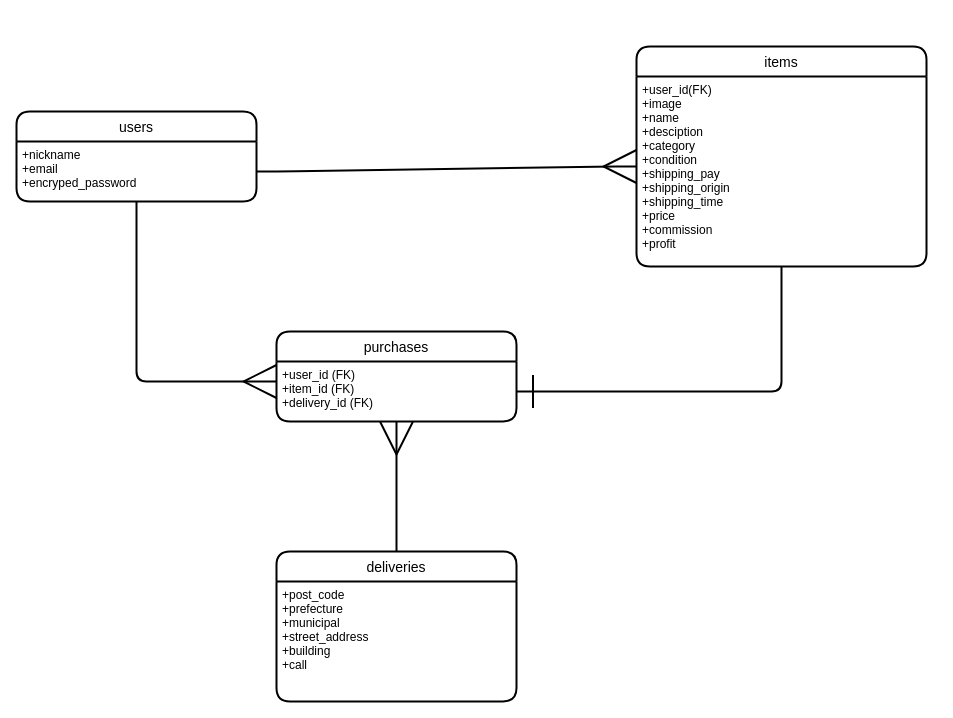
This is er.dio from kimu805/furima-41320, a draw.io file, before an edit. Source tidied: cells renumbered, new cells numbered last; positions are measured from the earlier drawing's top-left corner, leaving out a move shared by most shapes. Both pictures are drawn from the tidied source at 100%, with x=0, y=0 at pixel (16, 46).
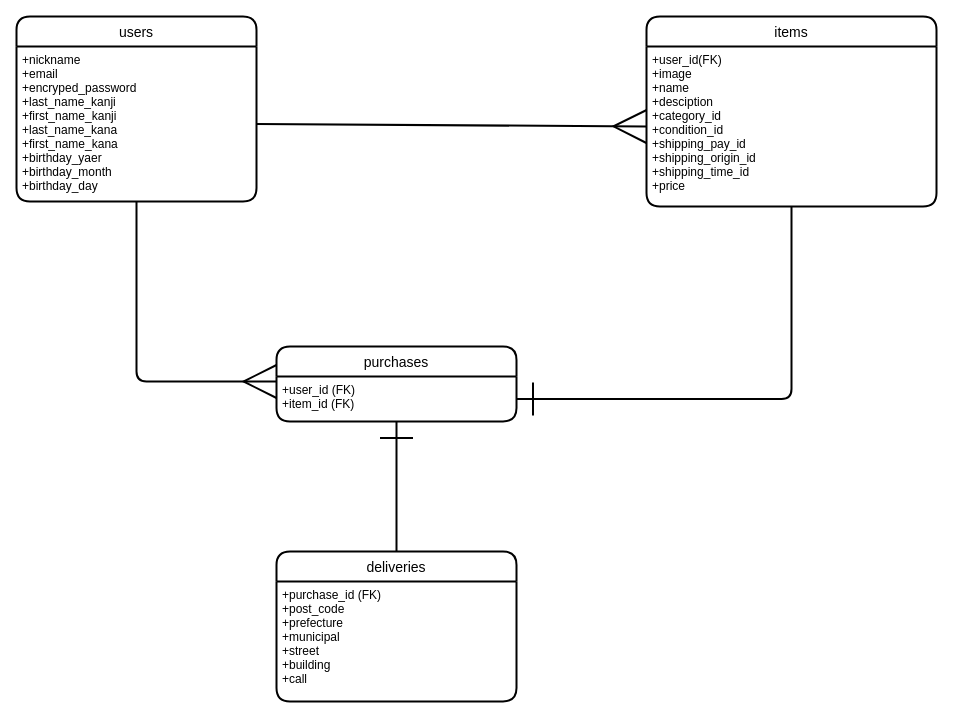
The same diagram, later.

Commit message (it also covers changes not shown here):
database design third

Diff of the diagram source:
```diff
@@
 <mxGraphModel>
   <root>
     <mxCell id="0" />
     <mxCell id="1" parent="0" />
     <mxCell id="2" value="users" style="swimlane;horizontal=1;startSize=30;rounded=1;fontSize=14;fontStyle=0;strokeWidth=2;shadow=0;dashed=0;align=center;" parent="1" vertex="1">
-      <mxGeometry y="65" width="240" height="90" as="geometry" />
+      <mxGeometry y="-30" width="240" height="185" as="geometry" />
     </mxCell>
-    <mxCell id="3" value="+nickname&#10;+email&#10;+encryped_password" style="align=left;strokeColor=none;fillColor=none;spacingLeft=4;fontSize=12;verticalAlign=top;" parent="2" vertex="1">
-      <mxGeometry y="30" width="240" height="60" as="geometry" />
+    <mxCell id="3" value="+nickname&#10;+email&#10;+encryped_password&#10;+last_name_kanji&#10;+first_name_kanji&#10;+last_name_kana&#10;+first_name_kana&#10;+birthday_yaer&#10;+birthday_month&#10;+birthday_day" style="align=left;strokeColor=none;fillColor=none;spacingLeft=4;fontSize=12;verticalAlign=top;" parent="2" vertex="1">
+      <mxGeometry y="30" width="240" height="155" as="geometry" />
     </mxCell>
     <mxCell id="4" value="items" style="swimlane;horizontal=1;startSize=30;rounded=1;fontSize=14;fontStyle=0;strokeWidth=2;shadow=0;dashed=0;align=center;" parent="1" vertex="1">
-      <mxGeometry x="620" width="290" height="220" as="geometry" />
+      <mxGeometry x="630" y="-30" width="290" height="190" as="geometry" />
     </mxCell>
-    <mxCell id="5" value="+user_id(FK)&#10;+image&#10;+name&#10;+desciption&#10;+category&#10;+condition&#10;+shipping_pay&#10;+shipping_origin&#10;+shipping_time&#10;+price&#10;+commission&#10;+profit" style="align=left;strokeColor=none;fillColor=none;spacingLeft=4;fontSize=12;verticalAlign=top;" parent="4" vertex="1">
-      <mxGeometry y="30" width="290" height="190" as="geometry" />
+    <mxCell id="5" value="+user_id(FK)&#10;+image&#10;+name&#10;+desciption&#10;+category_id&#10;+condition_id&#10;+shipping_pay_id&#10;+shipping_origin_id&#10;+shipping_time_id&#10;+price" style="align=left;strokeColor=none;fillColor=none;spacingLeft=4;fontSize=12;verticalAlign=top;" parent="4" vertex="1">
+      <mxGeometry y="30" width="290" height="160" as="geometry" />
     </mxCell>
     <mxCell id="6" value="purchases" style="swimlane;horizontal=1;startSize=30;rounded=1;fontSize=14;fontStyle=0;strokeWidth=2;shadow=0;dashed=0;align=center;" parent="1" vertex="1">
-      <mxGeometry x="260" y="285" width="240" height="90" as="geometry" />
+      <mxGeometry x="260" y="300" width="240" height="75" as="geometry" />
     </mxCell>
-    <mxCell id="7" value="+user_id (FK)&#10;+item_id (FK)&#10;+delivery_id (FK)" style="align=left;strokeColor=none;fillColor=none;spacingLeft=4;fontSize=12;verticalAlign=top;" parent="6" vertex="1">
-      <mxGeometry y="30" width="240" height="60" as="geometry" />
+    <mxCell id="7" value="+user_id (FK)&#10;+item_id (FK)" style="align=left;strokeColor=none;fillColor=none;spacingLeft=4;fontSize=12;verticalAlign=top;" parent="6" vertex="1">
+      <mxGeometry y="30" width="240" height="45" as="geometry" />
     </mxCell>
-    <mxCell id="8" style="fontSize=12;html=1;endArrow=ERmany;strokeWidth=2;endSize=30;targetPerimeterSpacing=0;" parent="6" edge="1" source="9">
-      <mxGeometry relative="1" as="geometry">
-        <mxPoint x="120" y="90" as="targetPoint" />
-      </mxGeometry>
-    </mxCell>
     <mxCell id="9" value="deliveries" style="swimlane;horizontal=1;startSize=30;rounded=1;fontSize=14;fontStyle=0;strokeWidth=2;shadow=0;dashed=0;align=center;" parent="1" vertex="1">
       <mxGeometry x="260" y="505" width="240" height="150" as="geometry" />
     </mxCell>
-    <mxCell id="10" value="+post_code&#10;+prefecture&#10;+municipal&#10;+street_address&#10;+building&#10;+call" style="align=left;strokeColor=none;fillColor=none;spacingLeft=4;fontSize=12;verticalAlign=top;" parent="9" vertex="1">
+    <mxCell id="10" value="+purchase_id (FK)&#10;+post_code&#10;+prefecture&#10;+municipal&#10;+street&#10;+building&#10;+call" style="align=left;strokeColor=none;fillColor=none;spacingLeft=4;fontSize=12;verticalAlign=top;" parent="9" vertex="1">
       <mxGeometry y="30" width="240" height="120" as="geometry" />
     </mxCell>
     <mxCell id="11" style="edgeStyle=orthogonalEdgeStyle;fontSize=12;html=1;endArrow=ERmany;exitX=0.5;exitY=1;exitDx=0;exitDy=0;strokeWidth=2;targetPerimeterSpacing=0;endSize=30;" parent="1" edge="1" source="3">
       <mxGeometry relative="1" as="geometry">
         <mxPoint x="260" y="335" as="targetPoint" />
         <Array as="points">
           <mxPoint x="120" y="335" />
         </Array>
       </mxGeometry>
     </mxCell>
-    <mxCell id="12" style="edgeStyle=entityRelationEdgeStyle;fontSize=12;html=1;endArrow=ERmany;strokeWidth=2;endSize=30;targetPerimeterSpacing=0;exitX=1;exitY=0.5;exitDx=0;exitDy=0;" parent="1" edge="1" source="3">
-      <mxGeometry relative="1" as="geometry">
-        <mxPoint x="620" y="120" as="targetPoint" />
-      </mxGeometry>
+    <mxCell id="12" style="fontSize=12;html=1;endArrow=ERmany;strokeWidth=2;endSize=30;targetPerimeterSpacing=0;exitX=1;exitY=0.5;exitDx=0;exitDy=0;entryX=0;entryY=0.5;entryDx=0;entryDy=0;" parent="1" edge="1" source="3" target="5">
+      <mxGeometry relative="1" as="geometry" />
     </mxCell>
     <mxCell id="13" style="edgeStyle=orthogonalEdgeStyle;fontSize=12;html=1;endArrow=ERone;endFill=1;strokeWidth=2;endSize=30;targetPerimeterSpacing=0;exitX=0.5;exitY=1;exitDx=0;exitDy=0;entryX=1;entryY=0.5;entryDx=0;entryDy=0;" parent="1" edge="1" source="5" target="7">
       <mxGeometry relative="1" as="geometry" />
     </mxCell>
+    <mxCell id="14" style="fontSize=12;html=1;endArrow=ERone;endFill=1;strokeWidth=2;endSize=30;targetPerimeterSpacing=0;entryX=0.5;entryY=1;entryDx=0;entryDy=0;exitX=0.5;exitY=0;exitDx=0;exitDy=0;" parent="1" edge="1" source="9" target="7">
+      <mxGeometry relative="1" as="geometry" />
+    </mxCell>
   </root>
 </mxGraphModel>
```
